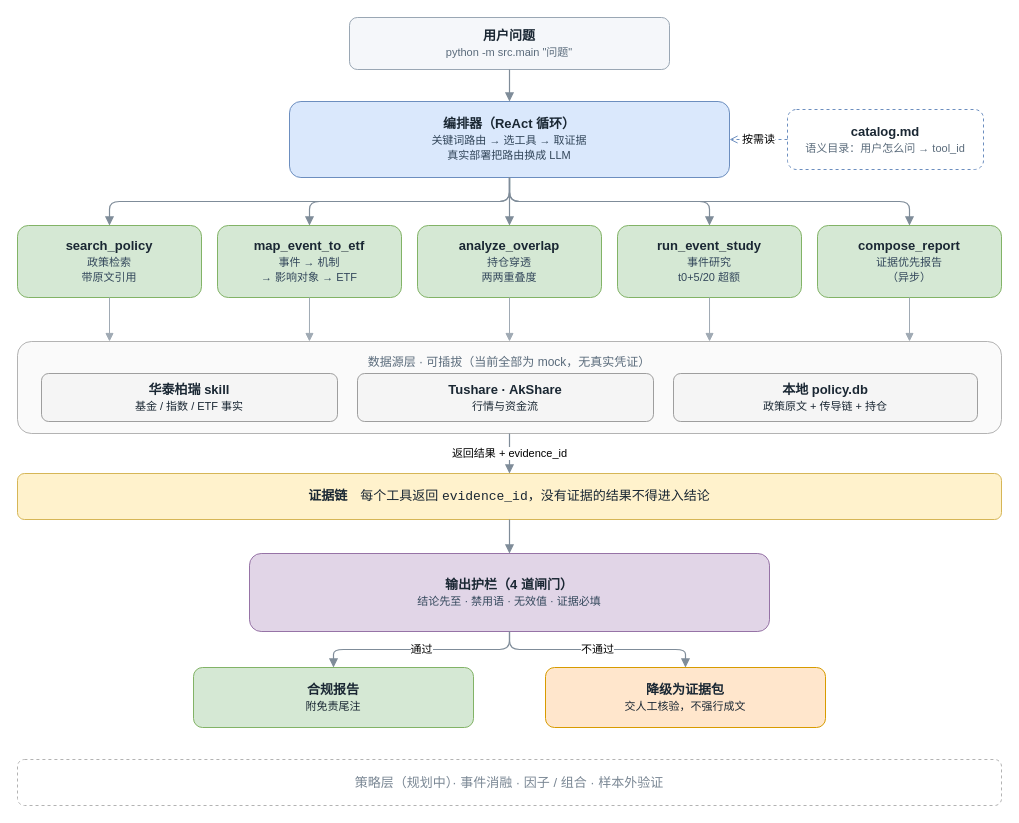
The draw.io diagram docs/architecture.drawio in ChinaLyn/etf-research-agent, before the edit. Source tidied: cells renumbered, new cells numbered last; positions are measured from the earlier drawing's top-left corner, leaving out a move shared by most shapes. Both pictures are drawn from the tidied source at 100%, with x=0, y=0 at pixel (17, 17).
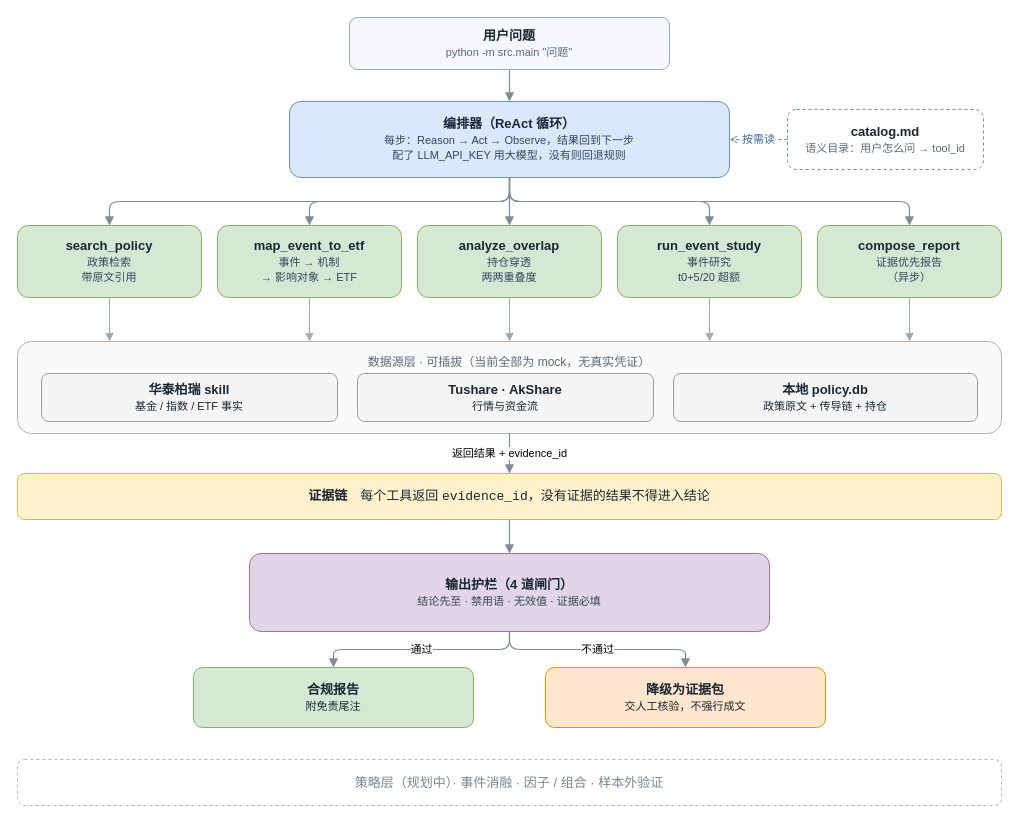
Above is the later version.

Commit message (it also covers changes not shown here):
feat: 编排器改为真正的 ReAct 循环

The change refers to these unchanged cells:
```xml
<mxCell id="4" value="&lt;b&gt;catalog.md&lt;/b&gt;&lt;br&gt;&lt;font style=&quot;font-size:11px;color:#5A6B7B&quot;&gt;语义目录：用户怎么问 → tool_id&lt;/font&gt;" style="rounded=1;whiteSpace=wrap;html=1;fontSize=13;fontColor=#1A2733;fontFamily=Microsoft YaHei;fillColor=#FFFFFF;strokeColor=#6C8EBF;dashed=1;" parent="1" vertex="1">
  <mxGeometry x="770" y="92" width="196" height="60" as="geometry" />
</mxCell>
```

The edit, as a diff of the source:
```diff
@@
-    <mxCell id="3" value="&lt;b&gt;编排器（ReAct 循环）&lt;/b&gt;&lt;br&gt;&lt;font style=&quot;font-size:11px;color:#33475B&quot;&gt;关键词路由 → 选工具 → 取证据&lt;br&gt;真实部署把路由换成 LLM&lt;/font&gt;" style="rounded=1;whiteSpace=wrap;html=1;fontSize=13;fontColor=#1A2733;fontFamily=Microsoft YaHei;fillColor=#DAE8FC;strokeColor=#6C8EBF;" parent="1" vertex="1">
+    <mxCell id="3" value="&lt;b&gt;编排器（ReAct 循环）&lt;/b&gt;&lt;br&gt;&lt;font style=&quot;font-size:11px;color:#33475B&quot;&gt;每步：Reason → Act → Observe，结果回到下一步&lt;br&gt;配了 LLM_API_KEY 用大模型，没有则回退规则&lt;/font&gt;" style="rounded=1;whiteSpace=wrap;html=1;fontSize=13;fontColor=#1A2733;fontFamily=Microsoft YaHei;fillColor=#DAE8FC;strokeColor=#6C8EBF;" parent="1" vertex="1">
       <mxGeometry x="272" y="84" width="440" height="76" as="geometry" />
     </mxCell>
@@
-    <mxCell id="20" value="按需读" style="edgeStyle=orthogonalEdgeStyle;rounded=0;html=1;dashed=1;endArrow=open;strokeColor=#6C8EBF;" parent="1" edge="1" source="4" target="3">
+    <mxCell id="20" value="按需读" style="edgeStyle=orthogonalEdgeStyle;rounded=0;html=1;dashed=1;endArrow=open;strokeColor=#6C8EBF;fontColor=#3F6C9E;fontSize=11;labelBackgroundColor=#FFFFFF;" parent="1" edge="1" source="4" target="3">
       <mxGeometry relative="1" as="geometry" />
     </mxCell>
```
